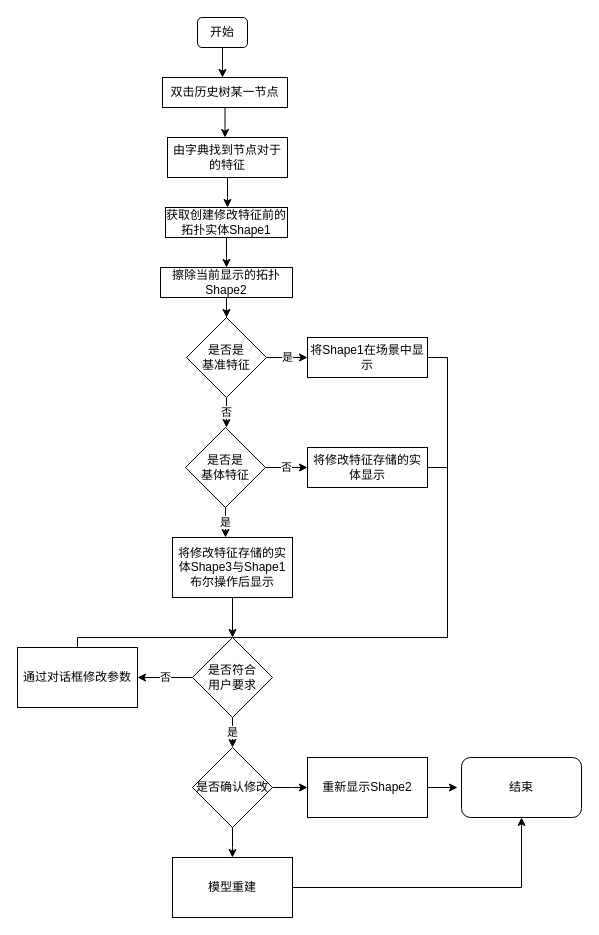
Before: 特征修改参数.drawio in liuhuliuhu123/First-test, a draw.io diagram. Source tidied: cells renumbered, new cells numbered last; positions are measured from the earlier drawing's top-left corner, leaving out a move shared by most shapes. Both pictures are drawn from the tidied source at 100%, with x=0, y=0 at pixel (17, 17).
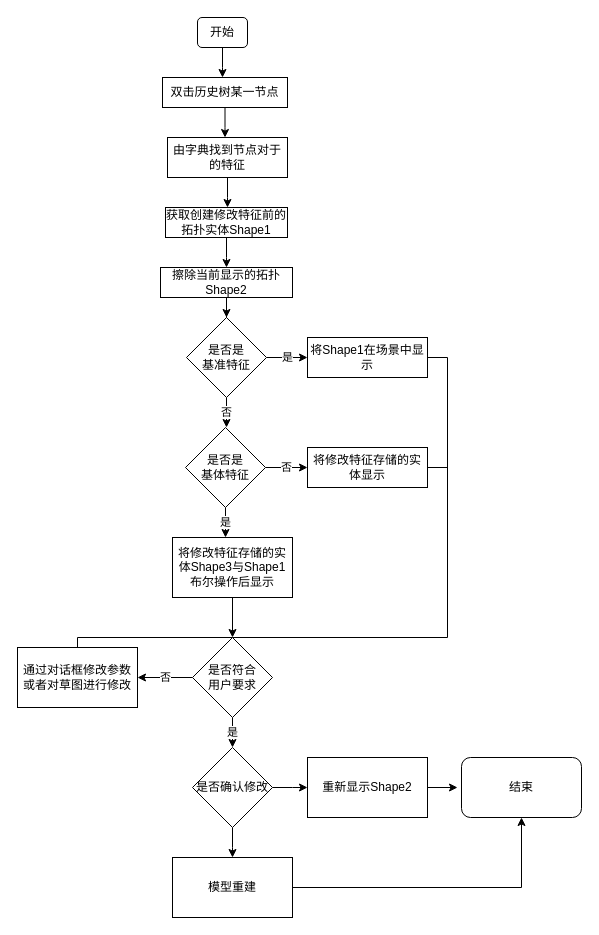
Above is the later version.

Commit message (it also covers changes not shown here):
更新特征修改参数.drawio

Diff of the diagram source:
```diff
@@
-    <mxCell id="27" value="通过对话框修改参数" style="rounded=0;whiteSpace=wrap;html=1;" parent="1" vertex="1">
+    <mxCell id="27" value="通过对话框修改参数&lt;br&gt;或者对草图进行修改" style="rounded=0;whiteSpace=wrap;html=1;" parent="1" vertex="1">
       <mxGeometry y="630" width="120" height="60" as="geometry" />
     </mxCell>
```
